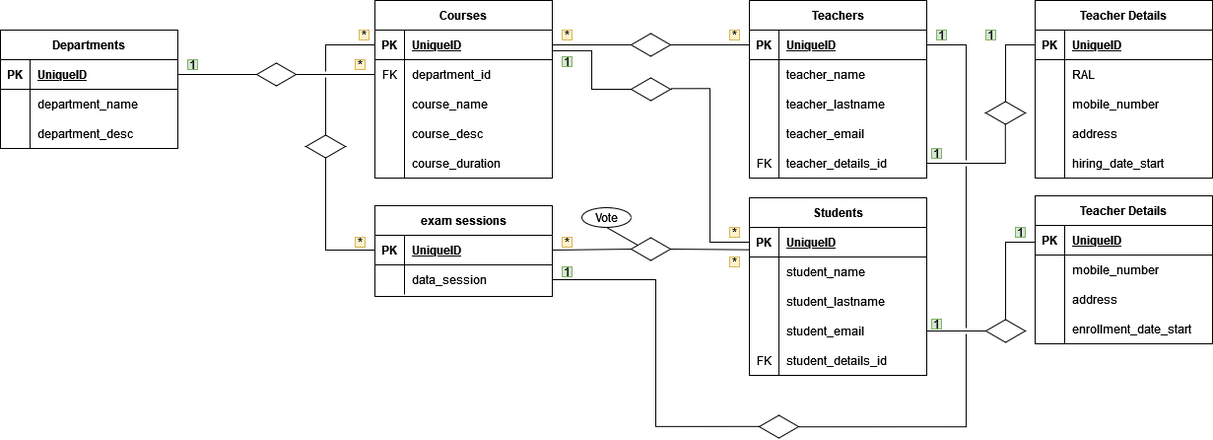
Before: University.drawio.png, a diagram exported from draw.io (EgidioSperanza/db-university). Source tidied: cells renumbered, new cells last; positions are measured from the earlier drawing's top-left corner, leaving out a move shared by most shapes.
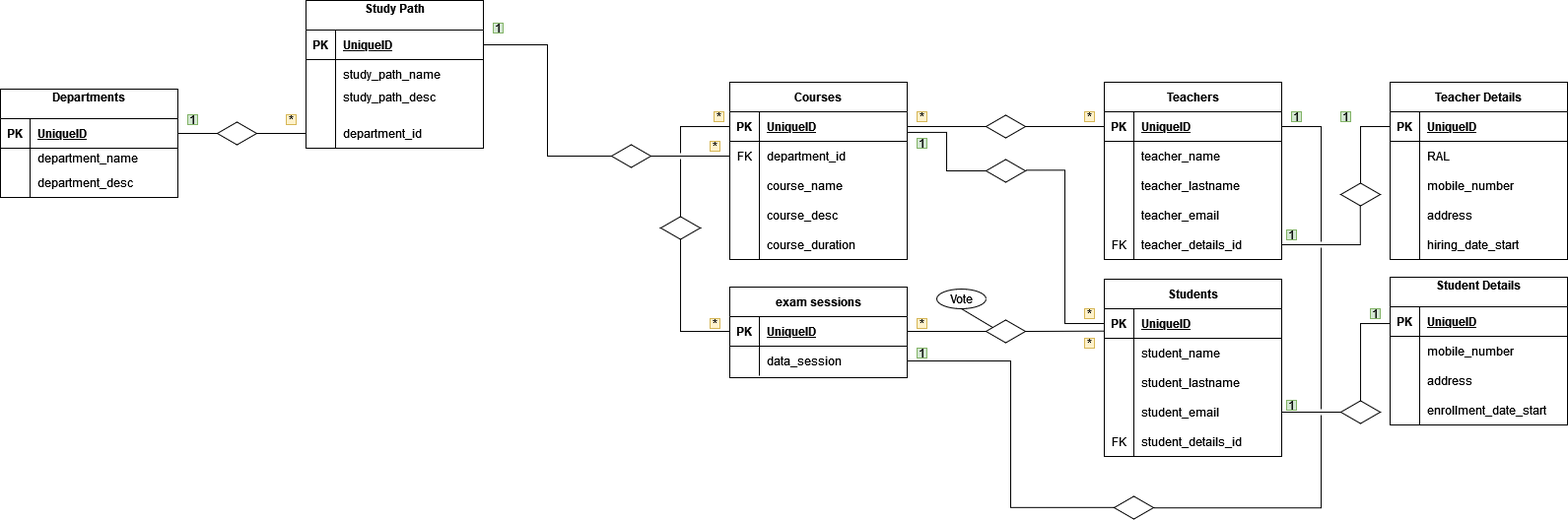
Above is the later version.

Commit message:
errata corrige

Diff of the diagram source:
```diff
@@ -2,8 +2,8 @@
   <root>
     <mxCell id="0" />
     <mxCell id="1" parent="0" />
-    <mxCell id="2" value="Departments" style="shape=table;startSize=30;rowLines=0;fontStyle=1;align=center;" parent="1" vertex="1">
-      <mxGeometry y="30" width="180" height="120" as="geometry" />
+    <mxCell id="2" value="Study Path&#10;" style="shape=table;startSize=30;rowLines=0;fontStyle=1;align=center;" parent="1" vertex="1">
+      <mxGeometry x="-50" y="-83" width="180" height="150" as="geometry" />
     </mxCell>
     <mxCell id="3" style="shape=partialRectangle;fillColor=none;top=0;left=0;bottom=1;right=0;points=[[0,0.5],[1,0.5]];portConstraint=eastwest;" parent="2" vertex="1">
       <mxGeometry y="30" width="180" height="30" as="geometry" />
@@ -20,7 +20,7 @@
     <mxCell id="7" style="shape=partialRectangle;fillColor=none;top=0;left=0;bottom=0;right=0;overflow=hidden;" parent="6" vertex="1">
       <mxGeometry width="30" height="30" as="geometry" />
     </mxCell>
-    <mxCell id="8" value="department_name" style="shape=partialRectangle;fillColor=none;top=0;left=0;bottom=0;right=0;align=left;spacingLeft=6;overflow=hidden;" parent="6" vertex="1">
+    <mxCell id="8" value="study_path_name" style="shape=partialRectangle;fillColor=none;top=0;left=0;bottom=0;right=0;align=left;spacingLeft=6;overflow=hidden;" parent="6" vertex="1">
       <mxGeometry x="30" width="150" height="30" as="geometry" />
     </mxCell>
     <mxCell id="9" style="shape=partialRectangle;fillColor=none;top=0;left=0;bottom=0;right=0;" parent="2" vertex="1">
@@ -29,9 +29,18 @@
     <mxCell id="10" style="shape=partialRectangle;fillColor=none;top=0;left=0;bottom=0;right=0;overflow=hidden;" parent="9" vertex="1">
       <mxGeometry width="30" height="30" as="geometry" />
     </mxCell>
-    <mxCell id="11" value="department_desc" style="shape=partialRectangle;fillColor=none;top=0;left=0;bottom=0;right=0;align=left;spacingLeft=6;overflow=hidden;" parent="9" vertex="1">
+    <mxCell id="11" value="study_path_desc&#10;" style="shape=partialRectangle;fillColor=none;top=0;left=0;bottom=0;right=0;align=left;spacingLeft=6;overflow=hidden;" parent="9" vertex="1">
       <mxGeometry x="30" width="150" height="30" as="geometry" />
     </mxCell>
+    <mxCell id="137" style="shape=partialRectangle;fillColor=none;top=0;left=0;bottom=0;right=0;points=[[0,0.5],[1,0.5]];portConstraint=eastwest;" parent="2" vertex="1">
+      <mxGeometry y="120" width="180" height="30" as="geometry" />
+    </mxCell>
+    <mxCell id="138" style="shape=partialRectangle;fillColor=none;top=0;left=0;bottom=0;right=0;overflow=hidden;" parent="137" vertex="1">
+      <mxGeometry width="30" height="30" as="geometry" />
+    </mxCell>
+    <mxCell id="139" value="department_id" style="shape=partialRectangle;fillColor=none;top=0;left=0;bottom=0;right=0;align=left;spacingLeft=6;overflow=hidden;" parent="137" vertex="1">
+      <mxGeometry x="30" width="150" height="30" as="geometry" />
+    </mxCell>
     <mxCell id="12" value="Courses" style="shape=table;startSize=30;rowLines=0;fontStyle=1;align=center;" parent="1" vertex="1">
       <mxGeometry x="380" width="180" height="180" as="geometry" />
     </mxCell>
@@ -90,7 +99,7 @@
       <mxGeometry relative="1" as="geometry" />
     </mxCell>
     <mxCell id="31" value="&lt;div&gt;1&lt;/div&gt;" style="text;html=1;strokeColor=#82b366;fillColor=#d5e8d4;align=center;verticalAlign=middle;whiteSpace=wrap;rounded=0;" parent="1" vertex="1">
-      <mxGeometry x="190" y="60" width="10" height="10" as="geometry" />
+      <mxGeometry x="140" y="-60" width="10" height="10" as="geometry" />
     </mxCell>
     <mxCell id="32" value="*" style="text;html=1;strokeColor=#d6b656;fillColor=#fff2cc;align=center;verticalAlign=middle;whiteSpace=wrap;rounded=0;" parent="1" vertex="1">
       <mxGeometry x="360" y="60" width="10" height="10" as="geometry" />
@@ -246,7 +255,7 @@
       <mxGeometry relative="1" as="geometry" />
     </mxCell>
     <mxCell id="83" style="html=1;whiteSpace=wrap;shape=isoRectangle;" parent="1" vertex="1">
-      <mxGeometry x="640" y="240" width="40" height="24" as="geometry" />
+      <mxGeometry x="640" y="241" width="40" height="24" as="geometry" />
     </mxCell>
     <mxCell id="84" style="edgeStyle=orthogonalEdgeStyle;rounded=0;jumpStyle=gap;jettySize=auto;html=1;exitX=1;exitY=0.5;exitDx=0;exitDy=0;endArrow=none;endFill=0;" parent="1" edge="1" source="76" target="83">
       <mxGeometry relative="1" as="geometry" />
@@ -354,7 +363,7 @@
     <mxCell id="115" style="edgeStyle=orthogonalEdgeStyle;rounded=0;jumpStyle=gap;jettySize=auto;html=1;exitX=1;exitY=0.5;exitDx=0;exitDy=0;endArrow=none;endFill=0;entryX=0.494;entryY=0.957;entryDx=0;entryDy=0;entryPerimeter=0;" parent="1" edge="1" source="46" target="113">
       <mxGeometry relative="1" as="geometry" />
     </mxCell>
-    <mxCell id="116" value="Teacher Details" style="shape=table;startSize=30;rowLines=0;fontStyle=1;align=center;" parent="1" vertex="1">
+    <mxCell id="116" value="Student Details&#10;" style="shape=table;startSize=30;rowLines=0;fontStyle=1;align=center;" parent="1" vertex="1">
       <mxGeometry x="1050" y="198" width="180" height="150" as="geometry" />
     </mxCell>
     <mxCell id="117" style="shape=partialRectangle;fillColor=none;top=0;left=0;bottom=1;right=0;points=[[0,0.5],[1,0.5]];portConstraint=eastwest;" parent="116" vertex="1">
@@ -429,5 +438,47 @@
         </Array>
       </mxGeometry>
     </mxCell>
+    <mxCell id="140" value="Departments&#10;" style="shape=table;startSize=30;rowLines=0;fontStyle=1;align=center;" parent="1" vertex="1">
+      <mxGeometry x="-360" y="7" width="180" height="110" as="geometry" />
+    </mxCell>
+    <mxCell id="141" style="shape=partialRectangle;fillColor=none;top=0;left=0;bottom=1;right=0;points=[[0,0.5],[1,0.5]];portConstraint=eastwest;" parent="140" vertex="1">
+      <mxGeometry y="30" width="180" height="30" as="geometry" />
+    </mxCell>
+    <mxCell id="142" value="PK" style="shape=partialRectangle;fillColor=none;top=0;left=0;bottom=0;right=0;fontStyle=1;overflow=hidden;" parent="141" vertex="1">
+      <mxGeometry width="30" height="30" as="geometry" />
+    </mxCell>
+    <mxCell id="143" value="UniqueID" style="shape=partialRectangle;fillColor=none;top=0;left=0;bottom=0;right=0;align=left;spacingLeft=6;fontStyle=5;overflow=hidden;" parent="141" vertex="1">
+      <mxGeometry x="30" width="150" height="30" as="geometry" />
+    </mxCell>
+    <mxCell id="144" style="shape=partialRectangle;fillColor=none;top=0;left=0;bottom=0;right=0;" parent="140" vertex="1">
+      <mxGeometry y="60" width="180" height="20" as="geometry" />
+    </mxCell>
+    <mxCell id="145" style="shape=partialRectangle;fillColor=none;top=0;left=0;bottom=0;right=0;overflow=hidden;" parent="144" vertex="1">
+      <mxGeometry width="30" height="20" as="geometry" />
+    </mxCell>
+    <mxCell id="146" value="department_name" style="shape=partialRectangle;fillColor=none;top=0;left=0;bottom=0;right=0;align=left;spacingLeft=6;overflow=hidden;" parent="144" vertex="1">
+      <mxGeometry x="30" width="150" height="20" as="geometry" />
+    </mxCell>
+    <mxCell id="147" style="shape=partialRectangle;fillColor=none;top=0;left=0;bottom=0;right=0;" parent="140" vertex="1">
+      <mxGeometry y="80" width="180" height="30" as="geometry" />
+    </mxCell>
+    <mxCell id="148" style="shape=partialRectangle;fillColor=none;top=0;left=0;bottom=0;right=0;overflow=hidden;" parent="147" vertex="1">
+      <mxGeometry width="30" height="30" as="geometry" />
+    </mxCell>
+    <mxCell id="149" value="department_desc" style="shape=partialRectangle;fillColor=none;top=0;left=0;bottom=0;right=0;align=left;spacingLeft=6;overflow=hidden;" parent="147" vertex="1">
+      <mxGeometry x="30" width="150" height="30" as="geometry" />
+    </mxCell>
+    <mxCell id="150" style="edgeStyle=orthogonalEdgeStyle;rounded=0;jettySize=auto;html=1;exitX=0;exitY=0.5;exitDx=0;exitDy=0;entryX=1;entryY=0.5;entryDx=0;entryDy=0;endArrow=none;endFill=0;" parent="1" edge="1" source="137" target="141">
+      <mxGeometry relative="1" as="geometry" />
+    </mxCell>
+    <mxCell id="151" style="html=1;whiteSpace=wrap;shape=isoRectangle;" parent="1" vertex="1">
+      <mxGeometry x="-140" y="40" width="40" height="24" as="geometry" />
+    </mxCell>
+    <mxCell id="152" value="&lt;div&gt;1&lt;/div&gt;" style="text;html=1;strokeColor=#82b366;fillColor=#d5e8d4;align=center;verticalAlign=middle;whiteSpace=wrap;rounded=0;" parent="1" vertex="1">
+      <mxGeometry x="-170" y="33" width="10" height="10" as="geometry" />
+    </mxCell>
+    <mxCell id="153" value="*" style="text;html=1;strokeColor=#d6b656;fillColor=#fff2cc;align=center;verticalAlign=middle;whiteSpace=wrap;rounded=0;" parent="1" vertex="1">
+      <mxGeometry x="-70" y="33" width="10" height="10" as="geometry" />
+    </mxCell>
   </root>
 </mxGraphModel>
```
